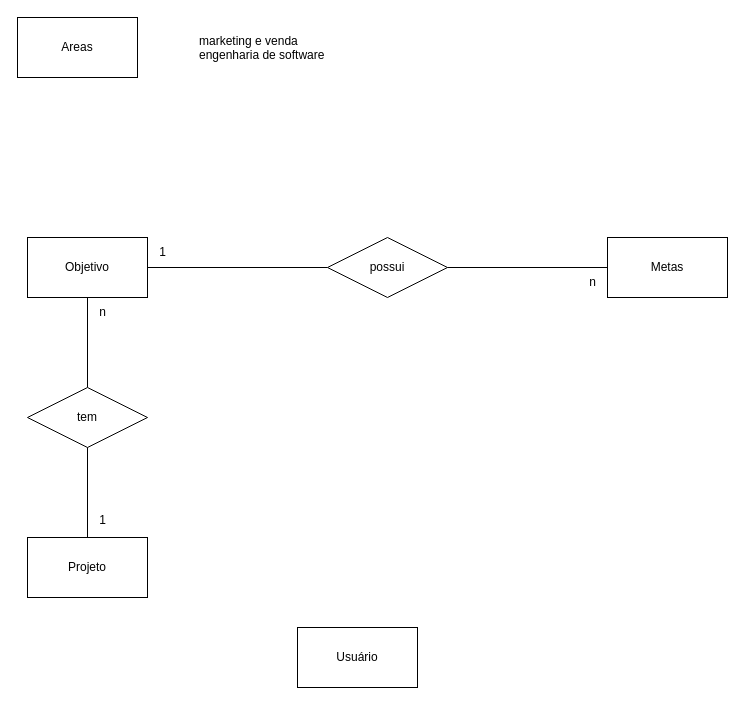
Before: backend/okr_diagram.drawio in Thiafa/project_okr, a draw.io diagram. Source tidied: cells renumbered, new cells numbered last; positions are measured from the earlier drawing's top-left corner, leaving out a move shared by most shapes. Both pictures are drawn from the tidied source at 100%, with x=0, y=0 at pixel (17, 17).
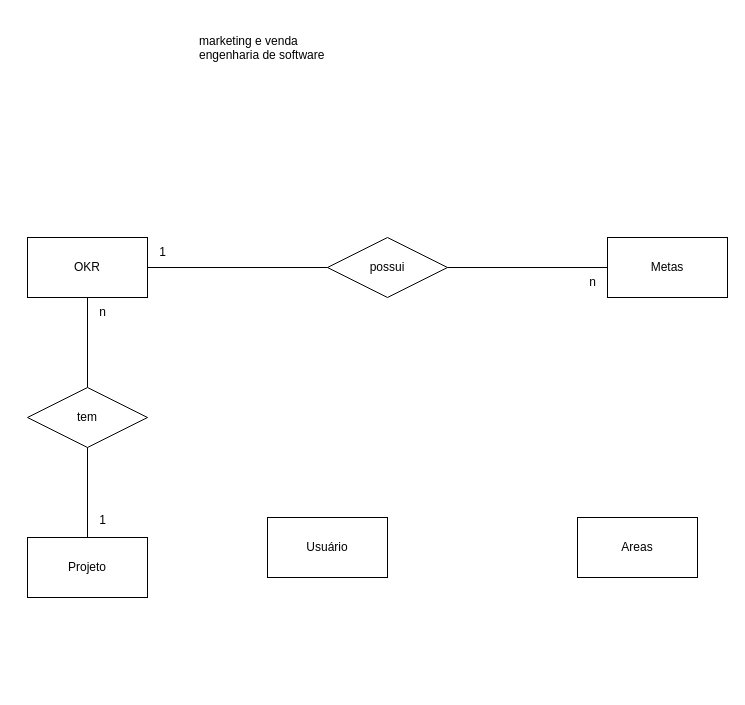
After the change.

Commit message:
Fix: OKR's diagrams

What changed in the source:
```diff
@@
 <mxGraphModel>
   <root>
     <mxCell id="0" />
     <mxCell id="1" parent="0" />
-    <mxCell id="2" value="Objetivo" style="rounded=0;whiteSpace=wrap;html=1;" parent="1" vertex="1">
+    <mxCell id="2" value="OKR" style="rounded=0;whiteSpace=wrap;html=1;" parent="1" vertex="1">
       <mxGeometry x="10" y="220" width="120" height="60" as="geometry" />
     </mxCell>
     <mxCell id="3" value="Metas" style="rounded=0;whiteSpace=wrap;html=1;" parent="1" vertex="1">
       <mxGeometry x="590" y="220" width="120" height="60" as="geometry" />
     </mxCell>
     <mxCell id="4" value="possui" style="shape=rhombus;perimeter=rhombusPerimeter;whiteSpace=wrap;html=1;align=center;" parent="1" vertex="1">
       <mxGeometry x="310" y="220" width="120" height="60" as="geometry" />
     </mxCell>
     <mxCell id="5" value="Usuário" style="rounded=0;whiteSpace=wrap;html=1;" parent="1" vertex="1">
-      <mxGeometry x="280" y="610" width="120" height="60" as="geometry" />
+      <mxGeometry x="250" y="500" width="120" height="60" as="geometry" />
     </mxCell>
     <mxCell id="6" style="endArrow=none;html=1;rounded=0;exitX=1;exitY=0.5;exitDx=0;exitDy=0;entryX=0;entryY=0.5;entryDx=0;entryDy=0;" parent="1" edge="1" source="2" target="4">
       <mxGeometry relative="1" as="geometry" />
     </mxCell>
     <mxCell id="7" style="endArrow=none;html=1;rounded=0;exitX=1;exitY=0.5;exitDx=0;exitDy=0;entryX=0;entryY=0.5;entryDx=0;entryDy=0;" parent="1" edge="1" source="4" target="3">
       <mxGeometry relative="1" as="geometry" />
     </mxCell>
     <mxCell id="8" style="endArrow=none;html=1;rounded=0;exitX=0.5;exitY=1;exitDx=0;exitDy=0;entryX=0.5;entryY=0;entryDx=0;entryDy=0;" parent="1" edge="1" source="2" target="9">
       <mxGeometry relative="1" as="geometry" />
     </mxCell>
     <mxCell id="9" value="tem" style="shape=rhombus;perimeter=rhombusPerimeter;whiteSpace=wrap;html=1;align=center;" parent="1" vertex="1">
       <mxGeometry x="10" y="370" width="120" height="60" as="geometry" />
     </mxCell>
     <mxCell id="10" value="Projeto" style="rounded=0;whiteSpace=wrap;html=1;" parent="1" vertex="1">
       <mxGeometry x="10" y="520" width="120" height="60" as="geometry" />
     </mxCell>
     <mxCell id="11" style="endArrow=none;html=1;rounded=0;exitX=0.5;exitY=1;exitDx=0;exitDy=0;entryX=0.5;entryY=0;entryDx=0;entryDy=0;" parent="1" edge="1" source="9" target="10">
       <mxGeometry relative="1" as="geometry" />
     </mxCell>
     <mxCell id="12" value="1" style="text;html=1;align=center;verticalAlign=middle;strokeColor=none;fillColor=none;" parent="1" vertex="1">
       <mxGeometry x="70" y="488" width="30" height="30" as="geometry" />
     </mxCell>
     <mxCell id="13" value="n" style="text;html=1;align=center;verticalAlign=middle;strokeColor=none;fillColor=none;" parent="1" vertex="1">
       <mxGeometry x="70" y="280" width="30" height="30" as="geometry" />
     </mxCell>
     <mxCell id="14" value="1" style="text;html=1;align=center;verticalAlign=middle;strokeColor=none;fillColor=none;" parent="1" vertex="1">
       <mxGeometry x="130" y="220" width="30" height="30" as="geometry" />
     </mxCell>
     <mxCell id="15" value="n" style="text;html=1;align=center;verticalAlign=middle;strokeColor=none;fillColor=none;" parent="1" vertex="1">
       <mxGeometry x="560" y="250" width="30" height="30" as="geometry" />
     </mxCell>
     <mxCell id="16" value="Areas" style="rounded=0;whiteSpace=wrap;html=1;" parent="1" vertex="1">
-      <mxGeometry width="120" height="60" as="geometry" />
+      <mxGeometry x="560" y="500" width="120" height="60" as="geometry" />
     </mxCell>
     <mxCell id="17" value="marketing e venda&lt;br&gt;engenharia de software&lt;br&gt;" style="text;whiteSpace=wrap;html=1;" parent="1" vertex="1">
       <mxGeometry x="180" y="10" width="260" height="40" as="geometry" />
     </mxCell>
   </root>
 </mxGraphModel>
```
